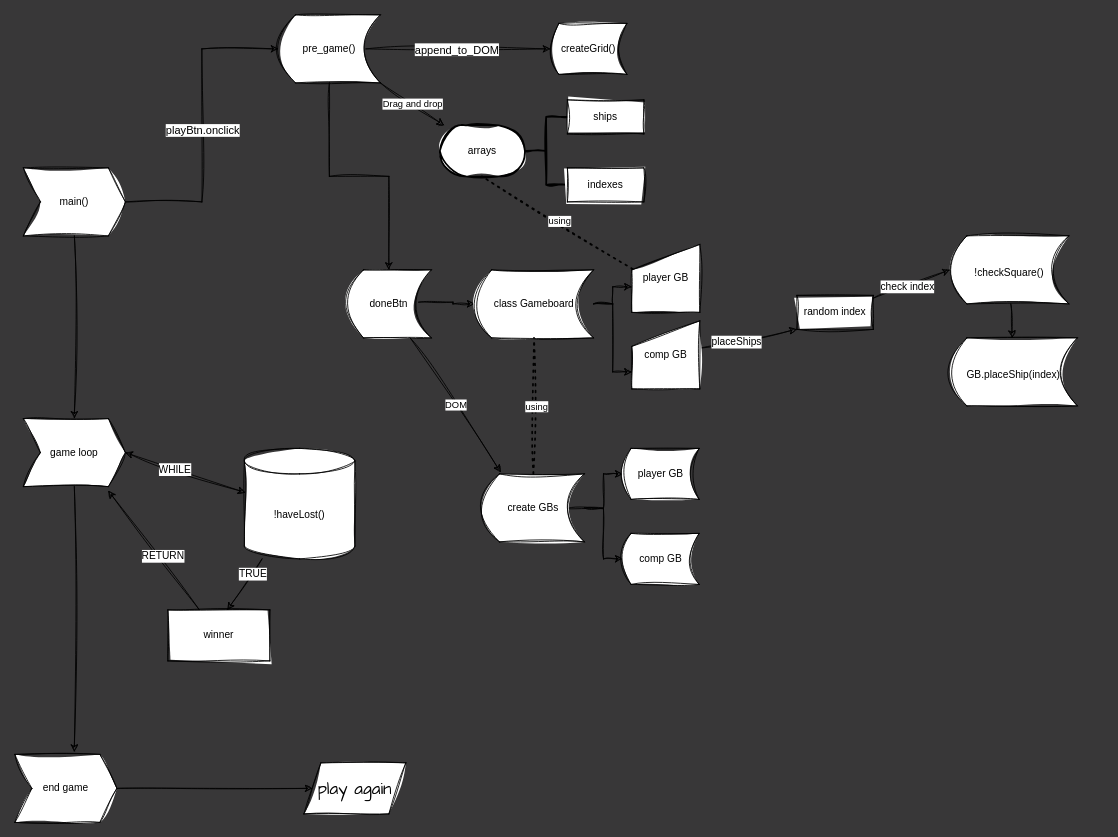
The draw.io diagram src/logic.drawio in louispallett/odin-battleship, before the edit. Source tidied: cells renumbered, new cells numbered last; positions are measured from the earlier drawing's top-left corner, leaving out a move shared by most shapes. Both pictures are drawn from the tidied source at 85%, with x=0, y=0 at pixel (14, 14).
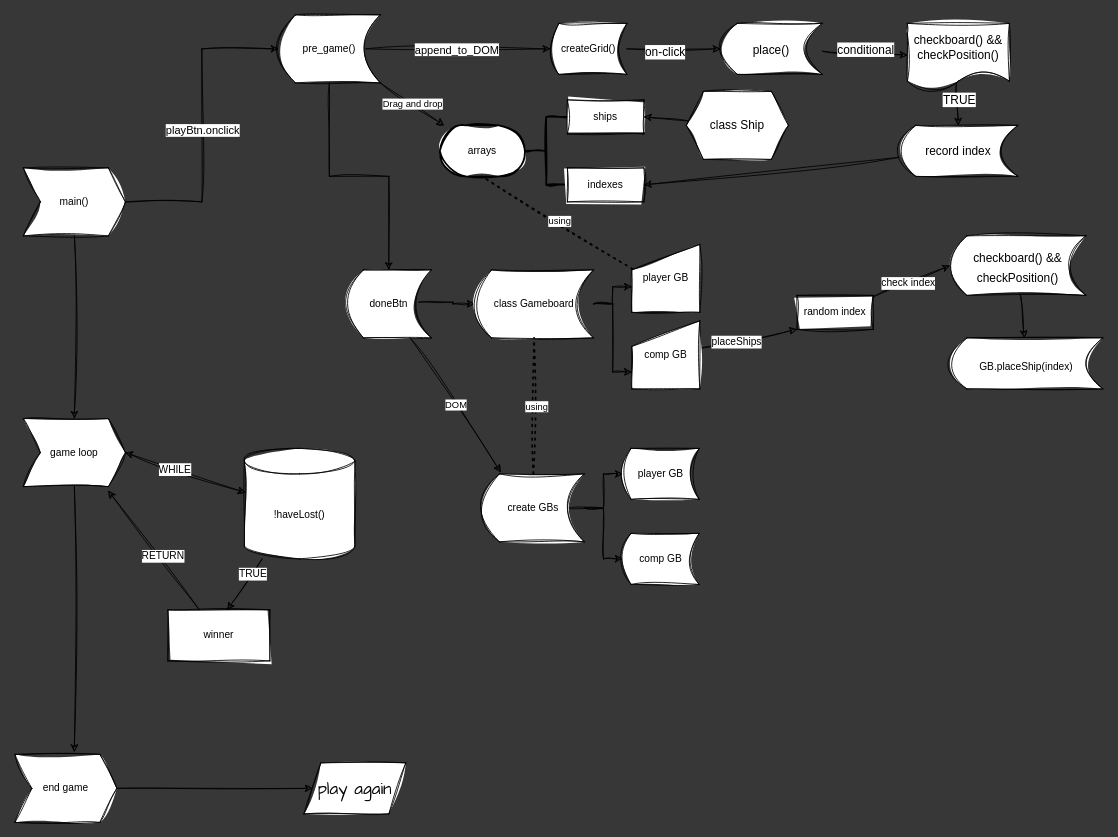
The same page after the edit.

Unchanged cells that the change refers to:
```xml
<mxCell id="6" value="createGrid()" style="shape=dataStorage;whiteSpace=wrap;html=1;fixedSize=1;size=10;rounded=0;sketch=1;curveFitting=1;jiggle=2;" parent="1" vertex="1">
  <mxGeometry x="630" y="10" width="90" height="60" as="geometry" />
</mxCell>
<mxCell id="16" value="ships" style="rounded=0;whiteSpace=wrap;html=1;sketch=1;curveFitting=1;jiggle=2;" parent="1" vertex="1">
  <mxGeometry x="650" y="100" width="90" height="40" as="geometry" />
</mxCell>
<mxCell id="17" value="indexes" style="rounded=0;whiteSpace=wrap;html=1;sketch=1;curveFitting=1;jiggle=2;" parent="1" vertex="1">
  <mxGeometry x="650" y="180" width="90" height="40" as="geometry" />
</mxCell>
```

What changed in the source:
```diff
@@
+    <mxCell id="56" style="edgeStyle=none;sketch=1;hachureGap=4;jiggle=2;curveFitting=1;html=1;entryX=0;entryY=0.5;entryDx=0;entryDy=0;fontFamily=Architects Daughter;fontSize=16;" parent="1" edge="1" source="6" target="60">
+      <mxGeometry relative="1" as="geometry" />
+    </mxCell>
+    <mxCell id="57" value="on-click" style="edgeLabel;html=1;align=center;verticalAlign=middle;fontSize=14;fontFamily=Helvetica;" parent="56" vertex="1">
+      <mxGeometry x="-0.2" y="-3" relative="1" as="geometry" />
+    </mxCell>
@@
-    <mxCell id="43" value="&lt;font style=&quot;font-size: 12px;&quot;&gt;!checkSquare()&lt;/font&gt;" style="shape=dataStorage;whiteSpace=wrap;html=1;fixedSize=1;sketch=1;hachureGap=4;jiggle=2;curveFitting=1;fontFamily=Helvetica;fontSize=20;align=center;" parent="1" vertex="1">
-      <mxGeometry x="1100" y="260" width="140" height="80" as="geometry" />
+    <mxCell id="43" value="&lt;span style=&quot;font-size: 14px;&quot;&gt;checkboard() &amp;amp;&amp;amp; checkPosition()&lt;/span&gt;" style="shape=dataStorage;whiteSpace=wrap;html=1;fixedSize=1;sketch=1;hachureGap=4;jiggle=2;curveFitting=1;fontFamily=Helvetica;fontSize=20;align=center;" parent="1" vertex="1">
+      <mxGeometry x="1100" y="260" width="160" height="70" as="geometry" />
     </mxCell>
@@
     <mxCell id="47" value="&lt;font style=&quot;font-size: 12px;&quot;&gt;GB.placeShip(index)&lt;/font&gt;" style="shape=dataStorage;whiteSpace=wrap;html=1;fixedSize=1;sketch=1;hachureGap=4;jiggle=2;curveFitting=1;fontFamily=Helvetica;fontSize=20;align=center;" parent="1" vertex="1">
-      <mxGeometry x="1100" y="380" width="150" height="80" as="geometry" />
+      <mxGeometry x="1100" y="380" width="180" height="60" as="geometry" />
     </mxCell>
@@
+    <mxCell id="58" style="edgeStyle=none;sketch=1;hachureGap=4;jiggle=2;curveFitting=1;html=1;fontFamily=Helvetica;fontSize=14;" parent="1" edge="1" source="60" target="63">
+      <mxGeometry relative="1" as="geometry" />
+    </mxCell>
+    <mxCell id="59" value="conditional" style="edgeLabel;html=1;align=center;verticalAlign=middle;fontSize=14;fontFamily=Helvetica;" parent="58" vertex="1">
+      <mxGeometry x="-0.36" y="1" relative="1" as="geometry">
+        <mxPoint x="18" y="-3" as="offset" />
+      </mxGeometry>
+    </mxCell>
+    <mxCell id="60" value="&lt;p&gt;&lt;font style=&quot;font-size: 14px;&quot; face=&quot;Helvetica&quot;&gt;place()&lt;/font&gt;&lt;/p&gt;" style="shape=dataStorage;whiteSpace=wrap;html=1;fixedSize=1;sketch=1;hachureGap=4;jiggle=2;curveFitting=1;fontFamily=Architects Daughter;fontSize=20;" parent="1" vertex="1">
+      <mxGeometry x="830" y="10" width="120" height="60" as="geometry" />
+    </mxCell>
+    <mxCell id="61" style="edgeStyle=none;sketch=1;hachureGap=4;jiggle=2;curveFitting=1;html=1;entryX=0.5;entryY=0;entryDx=0;entryDy=0;fontFamily=Helvetica;fontSize=14;exitX=0.483;exitY=0.85;exitDx=0;exitDy=0;exitPerimeter=0;" parent="1" edge="1" source="63" target="65">
+      <mxGeometry relative="1" as="geometry" />
+    </mxCell>
+    <mxCell id="62" value="TRUE" style="edgeLabel;html=1;align=center;verticalAlign=middle;fontSize=14;fontFamily=Helvetica;" parent="61" vertex="1">
+      <mxGeometry x="-0.49" y="4" relative="1" as="geometry">
+        <mxPoint x="-2" y="9" as="offset" />
+      </mxGeometry>
+    </mxCell>
+    <mxCell id="63" value="checkboard() &amp;amp;&amp;amp; checkPosition()" style="shape=document;whiteSpace=wrap;html=1;boundedLbl=1;sketch=1;hachureGap=4;jiggle=2;curveFitting=1;fontFamily=Helvetica;fontSize=14;" parent="1" vertex="1">
+      <mxGeometry x="1050" y="10" width="120" height="80" as="geometry" />
+    </mxCell>
+    <mxCell id="64" style="edgeStyle=none;sketch=1;hachureGap=4;jiggle=2;curveFitting=1;html=1;entryX=1;entryY=0.5;entryDx=0;entryDy=0;fontFamily=Helvetica;fontSize=14;" parent="1" edge="1" source="65" target="17">
+      <mxGeometry relative="1" as="geometry" />
+    </mxCell>
+    <mxCell id="65" value="record index" style="shape=dataStorage;whiteSpace=wrap;html=1;fixedSize=1;sketch=1;hachureGap=4;jiggle=2;curveFitting=1;fontFamily=Helvetica;fontSize=14;" parent="1" vertex="1">
+      <mxGeometry x="1040" y="130" width="140" height="60" as="geometry" />
+    </mxCell>
+    <mxCell id="66" style="edgeStyle=none;sketch=1;hachureGap=4;jiggle=2;curveFitting=1;html=1;entryX=1;entryY=0.5;entryDx=0;entryDy=0;fontFamily=Helvetica;fontSize=14;" parent="1" edge="1" source="67" target="16">
+      <mxGeometry relative="1" as="geometry" />
+    </mxCell>
+    <mxCell id="67" value="class Ship" style="shape=hexagon;perimeter=hexagonPerimeter2;whiteSpace=wrap;html=1;fixedSize=1;sketch=1;hachureGap=4;jiggle=2;curveFitting=1;fontFamily=Helvetica;fontSize=14;" parent="1" vertex="1">
+      <mxGeometry x="790" y="90" width="120" height="80" as="geometry" />
+    </mxCell>
```
